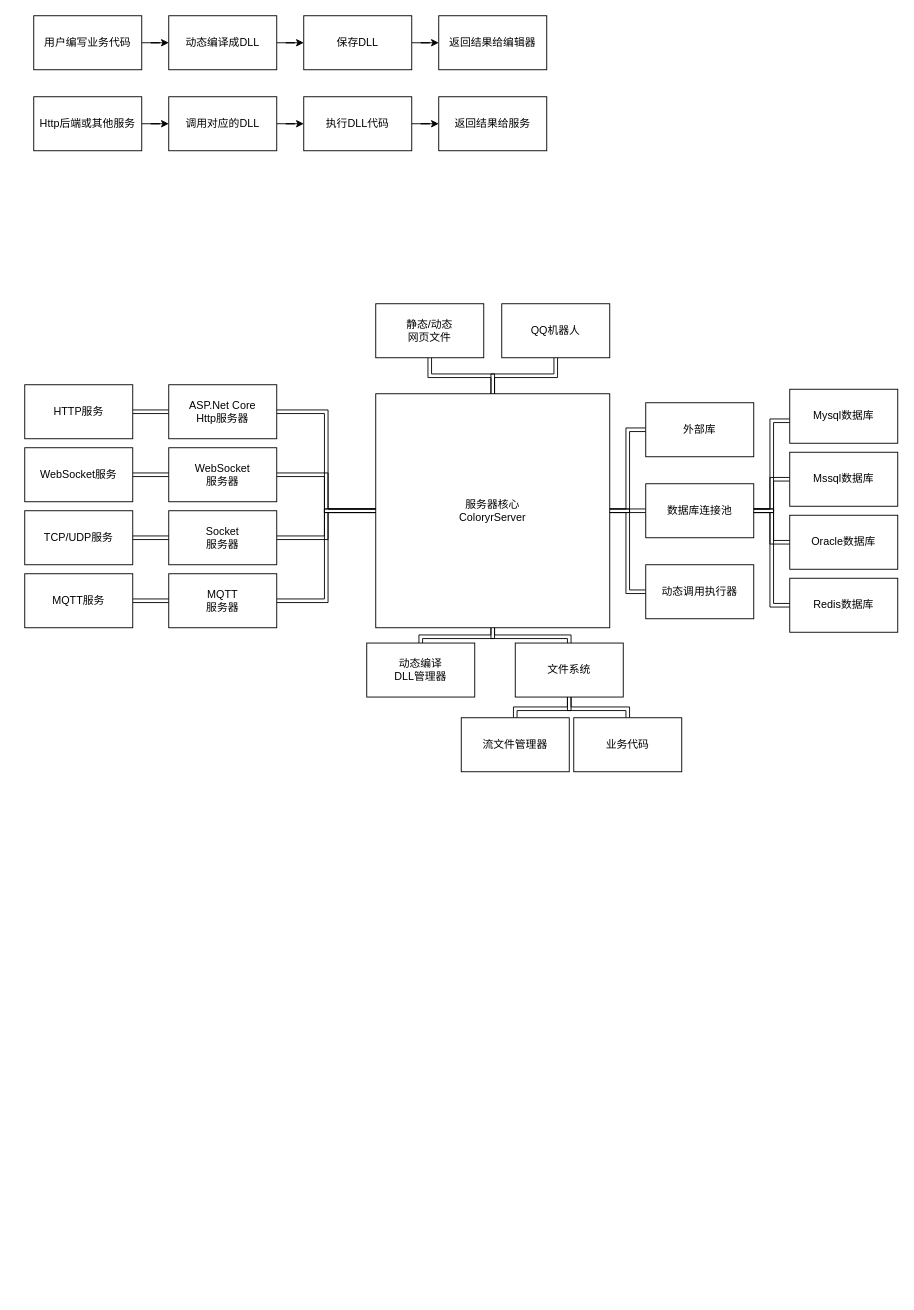
Before: ColoryrServer.drawio in Coloryr/ColoryrWork, a draw.io diagram. Source tidied: cells renumbered, new cells numbered last; positions are measured from the earlier drawing's top-left corner, leaving out a move shared by most shapes. Both pictures are drawn from the tidied source at 90%, with x=0, y=0 at pixel (24, 15).
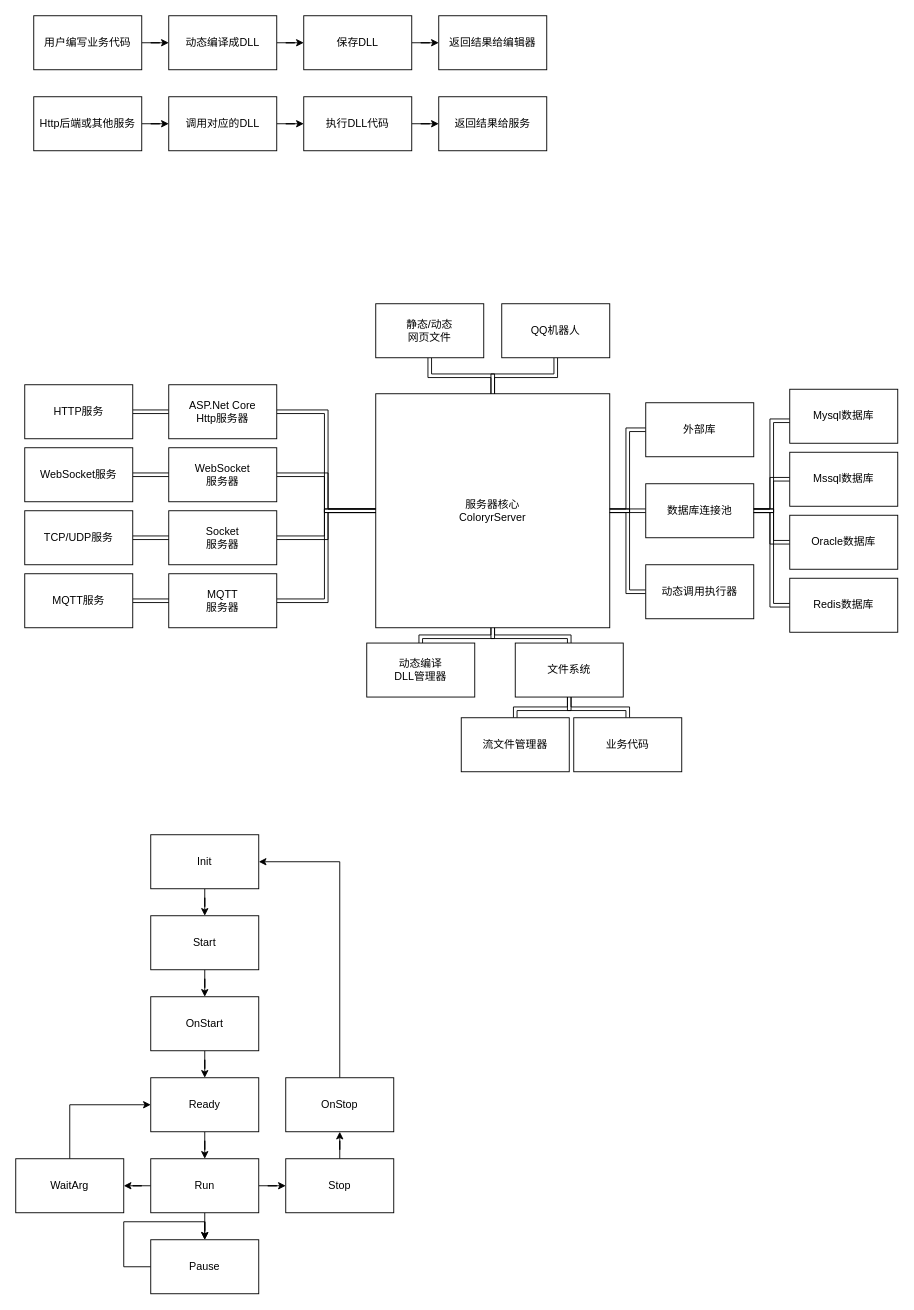
The same diagram, later.

What changed in the source:
```diff
@@
+    <mxCell id="59" style="edgeStyle=orthogonalEdgeStyle;rounded=0;jettySize=auto;html=1;" parent="1" edge="1" source="60" target="62">
+      <mxGeometry relative="1" as="geometry" />
+    </mxCell>
+    <mxCell id="60" value="Init" style="whiteSpace=wrap;html=1;" parent="1" vertex="1">
+      <mxGeometry x="140" y="910" width="120" height="60" as="geometry" />
+    </mxCell>
+    <mxCell id="61" style="edgeStyle=orthogonalEdgeStyle;rounded=0;jettySize=auto;html=1;" parent="1" edge="1" source="62" target="78">
+      <mxGeometry relative="1" as="geometry" />
+    </mxCell>
+    <mxCell id="62" value="Start" style="whiteSpace=wrap;html=1;" parent="1" vertex="1">
+      <mxGeometry x="140" y="1000" width="120" height="60" as="geometry" />
+    </mxCell>
+    <mxCell id="63" style="edgeStyle=orthogonalEdgeStyle;rounded=0;jettySize=auto;html=1;" parent="1" edge="1" source="64" target="68">
+      <mxGeometry relative="1" as="geometry" />
+    </mxCell>
+    <mxCell id="64" value="Ready" style="whiteSpace=wrap;html=1;" parent="1" vertex="1">
+      <mxGeometry x="140" y="1180" width="120" height="60" as="geometry" />
+    </mxCell>
+    <mxCell id="65" style="edgeStyle=orthogonalEdgeStyle;rounded=0;jettySize=auto;html=1;" parent="1" edge="1" source="68" target="70">
+      <mxGeometry relative="1" as="geometry" />
+    </mxCell>
+    <mxCell id="66" style="edgeStyle=orthogonalEdgeStyle;rounded=0;jettySize=auto;html=1;" parent="1" edge="1" source="68" target="72">
+      <mxGeometry relative="1" as="geometry" />
+    </mxCell>
+    <mxCell id="67" style="edgeStyle=orthogonalEdgeStyle;rounded=0;jettySize=auto;html=1;" parent="1" edge="1" source="68" target="76">
+      <mxGeometry relative="1" as="geometry" />
+    </mxCell>
+    <mxCell id="68" value="Run" style="whiteSpace=wrap;html=1;" parent="1" vertex="1">
+      <mxGeometry x="140" y="1270" width="120" height="60" as="geometry" />
+    </mxCell>
+    <mxCell id="69" style="edgeStyle=orthogonalEdgeStyle;rounded=0;orthogonalLoop=1;jettySize=auto;html=1;entryX=0.5;entryY=0;entryDx=0;entryDy=0;" parent="1" edge="1" source="70" target="70">
+      <mxGeometry relative="1" as="geometry">
+        <Array as="points">
+          <mxPoint x="110" y="1390" />
+          <mxPoint x="110" y="1340" />
+          <mxPoint x="200" y="1340" />
+        </Array>
+      </mxGeometry>
+    </mxCell>
+    <mxCell id="70" value="Pause" style="whiteSpace=wrap;html=1;" parent="1" vertex="1">
+      <mxGeometry x="140" y="1360" width="120" height="60" as="geometry" />
+    </mxCell>
+    <mxCell id="71" style="edgeStyle=orthogonalEdgeStyle;rounded=0;jettySize=auto;html=1;" parent="1" edge="1" source="72" target="74">
+      <mxGeometry relative="1" as="geometry" />
+    </mxCell>
+    <mxCell id="72" value="Stop" style="whiteSpace=wrap;html=1;" parent="1" vertex="1">
+      <mxGeometry x="290" y="1270" width="120" height="60" as="geometry" />
+    </mxCell>
+    <mxCell id="73" style="edgeStyle=orthogonalEdgeStyle;rounded=0;jettySize=auto;html=1;entryX=1;entryY=0.5;entryDx=0;entryDy=0;" parent="1" edge="1" source="74" target="60">
+      <mxGeometry relative="1" as="geometry">
+        <Array as="points">
+          <mxPoint x="350" y="940" />
+        </Array>
+      </mxGeometry>
+    </mxCell>
+    <mxCell id="74" value="OnStop" style="whiteSpace=wrap;html=1;" parent="1" vertex="1">
+      <mxGeometry x="290" y="1180" width="120" height="60" as="geometry" />
+    </mxCell>
+    <mxCell id="75" style="edgeStyle=orthogonalEdgeStyle;rounded=0;jettySize=auto;html=1;entryX=0;entryY=0.5;entryDx=0;entryDy=0;" parent="1" edge="1" source="76" target="64">
+      <mxGeometry relative="1" as="geometry">
+        <Array as="points">
+          <mxPoint x="50" y="1210" />
+        </Array>
+      </mxGeometry>
+    </mxCell>
+    <mxCell id="76" value="WaitArg" style="whiteSpace=wrap;html=1;" parent="1" vertex="1">
+      <mxGeometry x="-10" y="1270" width="120" height="60" as="geometry" />
+    </mxCell>
+    <mxCell id="77" style="edgeStyle=orthogonalEdgeStyle;rounded=0;jettySize=auto;html=1;" parent="1" edge="1" source="78" target="64">
+      <mxGeometry relative="1" as="geometry" />
+    </mxCell>
+    <mxCell id="78" value="OnStart" style="whiteSpace=wrap;html=1;" parent="1" vertex="1">
+      <mxGeometry x="140" y="1090" width="120" height="60" as="geometry" />
+    </mxCell>
```
